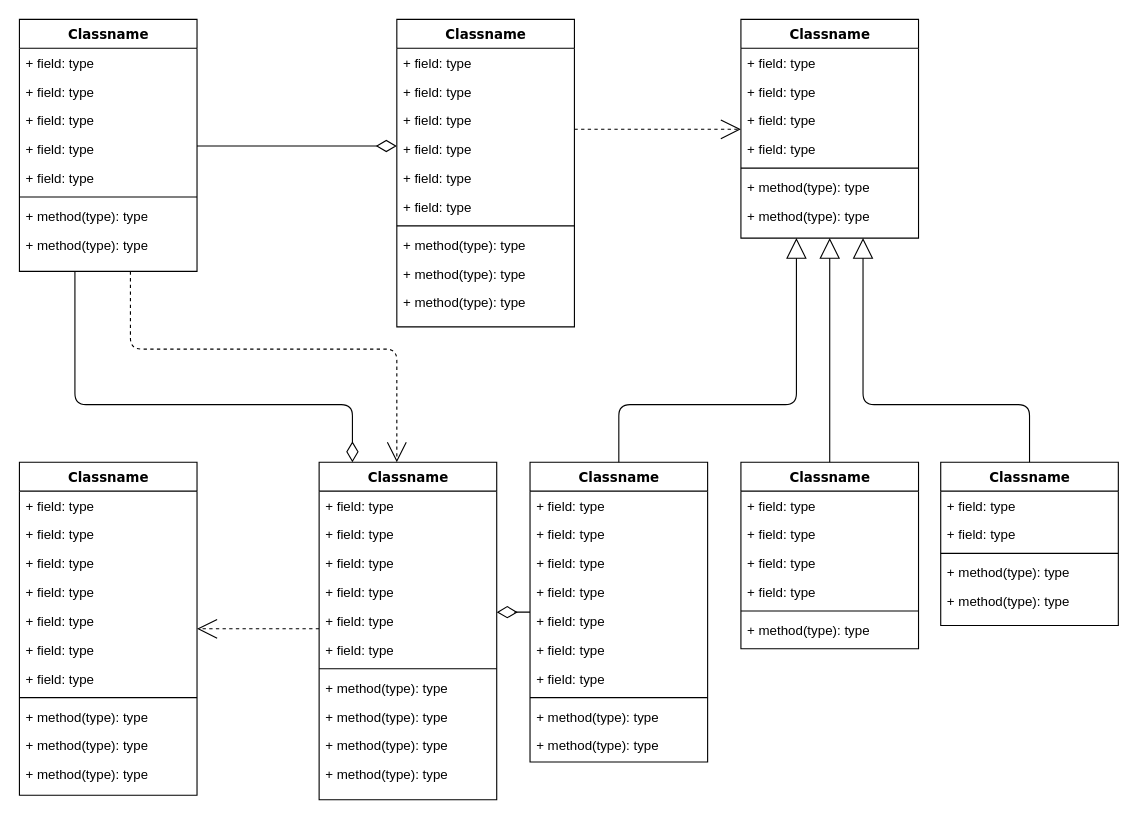
RuanZhen139/learngit keeps this draw.io diagram as 未命名绘图.drawio. Above is the earlier version. Source tidied: cells renumbered, new cells numbered last; positions are measured from the earlier drawing's top-left corner, leaving out a move shared by most shapes. Both pictures are drawn from the tidied source at 111%, with x=0, y=0 at pixel (19, 19).
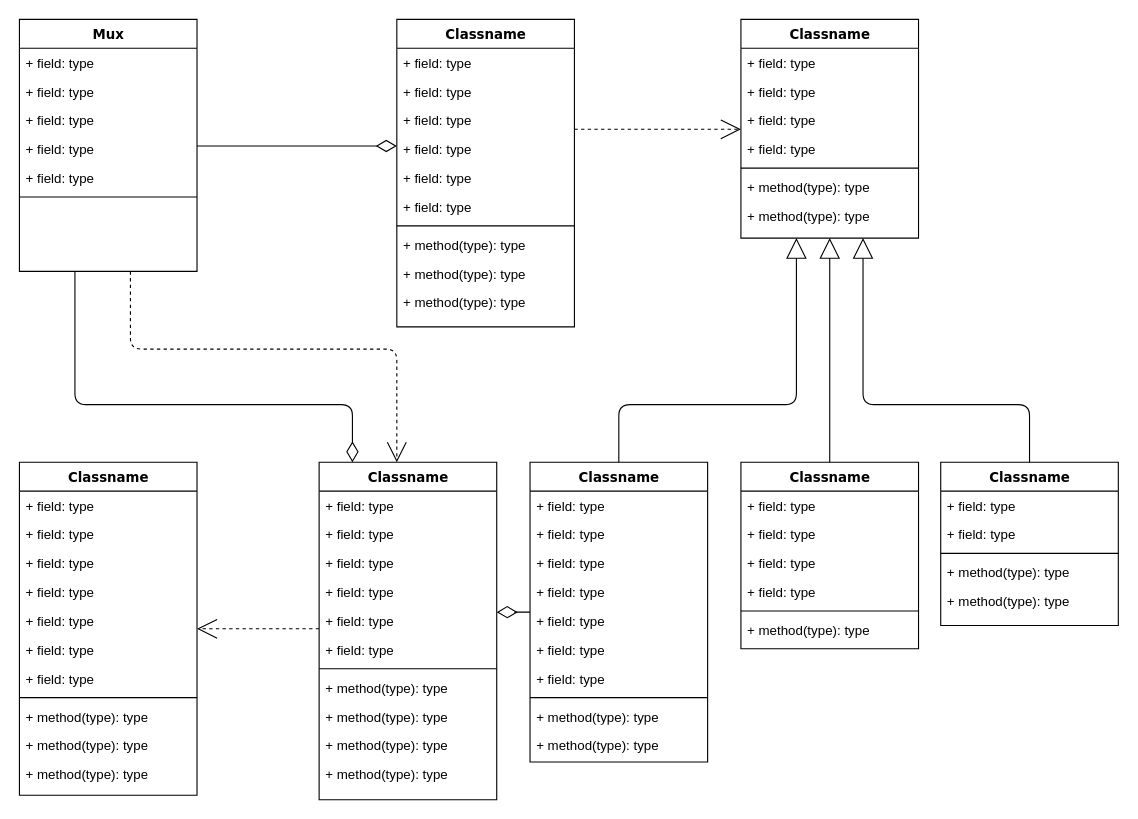
Above is the later version.

Commit message:
更新未命名绘图.drawio

What changed in the source:
```diff
@@
-    <mxCell id="4" value="Classname" style="swimlane;html=1;fontStyle=1;align=center;verticalAlign=top;horizontal=1;startSize=26;swimlaneFillColor=#ffffff;rounded=0;shadow=0;comic=0;labelBackgroundColor=none;strokeWidth=1;fillColor=none;fontFamily=Verdana;fontSize=12;" parent="1" vertex="1">
+    <mxCell id="4" value="Mux" style="swimlane;html=1;fontStyle=1;align=center;verticalAlign=top;horizontal=1;startSize=26;swimlaneFillColor=#ffffff;rounded=0;shadow=0;comic=0;labelBackgroundColor=none;strokeWidth=1;fillColor=none;fontFamily=Verdana;fontSize=12;" parent="1" vertex="1">
       <mxGeometry width="160" height="227" as="geometry" />
     </mxCell>
@@
-    <mxCell id="11" value="+ method(type): type" style="text;html=1;strokeColor=none;fillColor=none;align=left;verticalAlign=top;spacingLeft=4;spacingRight=4;whiteSpace=wrap;overflow=hidden;" parent="4" vertex="1">
-      <mxGeometry y="164" width="160" height="26" as="geometry" />
-    </mxCell>
-    <mxCell id="12" value="+ method(type): type" style="text;html=1;strokeColor=none;fillColor=none;align=left;verticalAlign=top;spacingLeft=4;spacingRight=4;whiteSpace=wrap;overflow=hidden;" parent="4" vertex="1">
-      <mxGeometry y="190" width="160" height="26" as="geometry" />
-    </mxCell>
```
